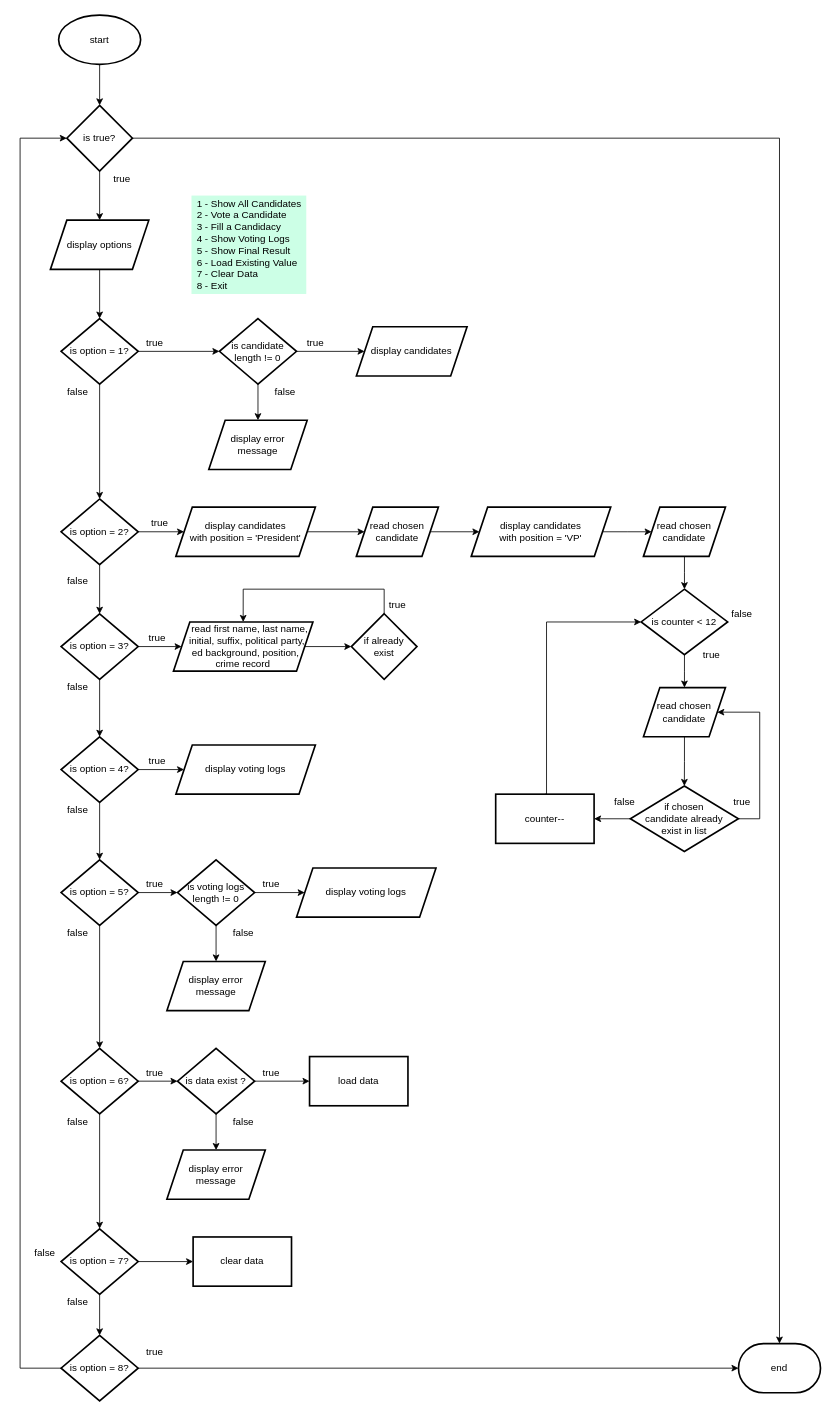
joemar25/Object-Oriented-Programming-Voting-System- keeps this draw.io diagram as page "flowchart" (1 of 2) of other/planDesign.drawio. Above is the earlier version. Source tidied: cells renumbered, new cells numbered last; positions are measured from the earlier drawing's top-left corner, leaving out a move shared by most shapes. Both pictures are drawn from the tidied source at 82%, with x=0, y=0 at pixel (20, 15).
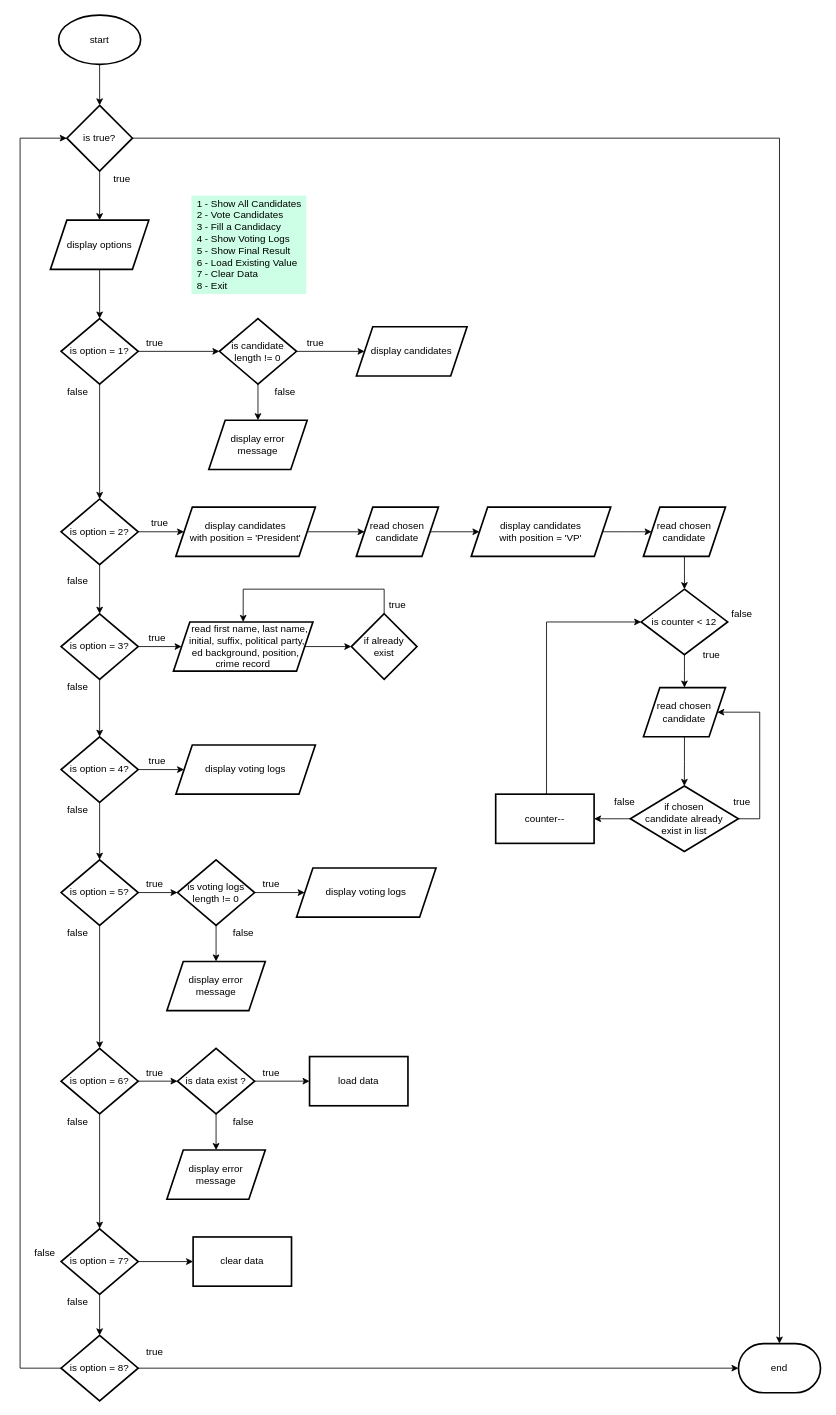
After the change.

The edit, as a diff of the source:
```diff
@@
-    <mxCell id="11" value="&lt;div style=&quot;text-align: left;&quot;&gt;&lt;span style=&quot;background-color: initial;&quot;&gt;1 - Show All Candidates&lt;/span&gt;&lt;/div&gt;&lt;div style=&quot;text-align: left;&quot;&gt;&lt;span style=&quot;background-color: initial;&quot;&gt;2 - Vote a Candidate&lt;/span&gt;&lt;/div&gt;&lt;div style=&quot;text-align: left;&quot;&gt;&lt;span style=&quot;background-color: initial;&quot;&gt;3 - Fill a Candidacy&lt;/span&gt;&lt;/div&gt;&lt;div style=&quot;text-align: left;&quot;&gt;&lt;span style=&quot;background-color: initial;&quot;&gt;4 - Show Voting Logs&lt;/span&gt;&lt;/div&gt;&lt;div style=&quot;text-align: left;&quot;&gt;&lt;span style=&quot;background-color: initial;&quot;&gt;5 - Show Final Result&lt;/span&gt;&lt;/div&gt;&lt;div style=&quot;text-align: left;&quot;&gt;&lt;span style=&quot;background-color: initial;&quot;&gt;6 - Load Existing Value&lt;/span&gt;&lt;br&gt;&lt;/div&gt;&lt;div style=&quot;text-align: left;&quot;&gt;&lt;span style=&quot;background-color: initial;&quot;&gt;7 - Clear Data&lt;/span&gt;&lt;/div&gt;&lt;div style=&quot;text-align: left;&quot;&gt;&lt;span style=&quot;background-color: initial;&quot;&gt;8 - Exit&lt;/span&gt;&lt;/div&gt;" style="text;html=1;align=center;verticalAlign=middle;strokeColor=none;fillColor=#CCFFE6;shadow=0;" parent="1" vertex="1">
+    <mxCell id="11" value="&lt;div style=&quot;text-align: left;&quot;&gt;&lt;span style=&quot;background-color: initial;&quot;&gt;1 - Show All Candidates&lt;/span&gt;&lt;/div&gt;&lt;div style=&quot;text-align: left;&quot;&gt;&lt;span style=&quot;background-color: initial;&quot;&gt;2 - Vote Candidates&lt;/span&gt;&lt;/div&gt;&lt;div style=&quot;text-align: left;&quot;&gt;&lt;span style=&quot;background-color: initial;&quot;&gt;3 - Fill a Candidacy&lt;/span&gt;&lt;/div&gt;&lt;div style=&quot;text-align: left;&quot;&gt;&lt;span style=&quot;background-color: initial;&quot;&gt;4 - Show Voting Logs&lt;/span&gt;&lt;/div&gt;&lt;div style=&quot;text-align: left;&quot;&gt;&lt;span style=&quot;background-color: initial;&quot;&gt;5 - Show Final Result&lt;/span&gt;&lt;/div&gt;&lt;div style=&quot;text-align: left;&quot;&gt;&lt;span style=&quot;background-color: initial;&quot;&gt;6 - Load Existing Value&lt;/span&gt;&lt;br&gt;&lt;/div&gt;&lt;div style=&quot;text-align: left;&quot;&gt;&lt;span style=&quot;background-color: initial;&quot;&gt;7 - Clear Data&lt;/span&gt;&lt;/div&gt;&lt;div style=&quot;text-align: left;&quot;&gt;&lt;span style=&quot;background-color: initial;&quot;&gt;8 - Exit&lt;/span&gt;&lt;/div&gt;" style="text;html=1;align=center;verticalAlign=middle;strokeColor=none;fillColor=#CCFFE6;shadow=0;" parent="1" vertex="1">
       <mxGeometry x="209" y="220" width="140" height="120" as="geometry" />
     </mxCell>
```
